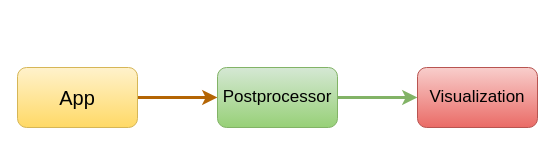
Earlier version of the draw.io diagram diagrams/app-postporcessr-visualiser.drawio (maciekgajewski/tracing-presentation). Source tidied: cells renumbered, new cells numbered last; positions are measured from the earlier drawing's top-left corner, leaving out a move shared by most shapes. Both pictures are drawn from the tidied source at 100%, with x=0, y=0 at pixel (17, 67).
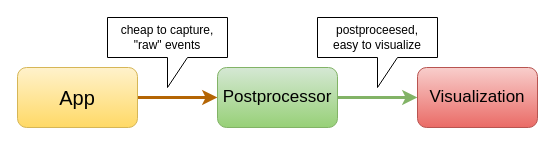
Above is the later version.

The edit, as a diff of the source:
```diff
@@
 <mxGraphModel>
   <root>
     <mxCell id="0" />
     <mxCell id="1" parent="0" />
     <mxCell id="2" style="edgeStyle=orthogonalEdgeStyle;rounded=0;jettySize=auto;html=1;fontSize=20;strokeWidth=3;fillColor=#fad7ac;strokeColor=#b46504;" parent="1" edge="1" source="3" target="5">
       <mxGeometry relative="1" as="geometry" />
     </mxCell>
     <mxCell id="3" value="App" style="rounded=1;whiteSpace=wrap;html=1;gradientColor=#ffd966;fillColor=#fff2cc;strokeColor=#d6b656;fontSize=20;" parent="1" vertex="1">
       <mxGeometry width="120" height="60" as="geometry" />
     </mxCell>
     <mxCell id="4" style="edgeStyle=orthogonalEdgeStyle;rounded=0;jettySize=auto;html=1;fontSize=20;strokeWidth=3;gradientColor=#97d077;fillColor=#d5e8d4;strokeColor=#82b366;" parent="1" edge="1" source="5" target="6">
       <mxGeometry relative="1" as="geometry" />
     </mxCell>
     <mxCell id="5" value="Postprocessor" style="rounded=1;whiteSpace=wrap;html=1;gradientColor=#97d077;fillColor=#d5e8d4;strokeColor=#82b366;fontSize=17;" parent="1" vertex="1">
       <mxGeometry x="200" width="120" height="60" as="geometry" />
     </mxCell>
     <mxCell id="6" value="Visualization" style="rounded=1;whiteSpace=wrap;html=1;fillColor=#f8cecc;strokeColor=#b85450;fontSize=17;gradientColor=#ea6b66;" parent="1" vertex="1">
       <mxGeometry x="400" width="120" height="60" as="geometry" />
     </mxCell>
+    <mxCell id="7" value="cheap to capture, &quot;raw&quot; events" style="shape=callout;whiteSpace=wrap;html=1;perimeter=calloutPerimeter;" parent="1" vertex="1">
+      <mxGeometry x="90" y="-50" width="120" height="70" as="geometry" />
+    </mxCell>
+    <mxCell id="8" value="postproceesed,&lt;br&gt;easy to visualize" style="shape=callout;whiteSpace=wrap;html=1;perimeter=calloutPerimeter;" parent="1" vertex="1">
+      <mxGeometry x="300" y="-50" width="120" height="70" as="geometry" />
+    </mxCell>
   </root>
 </mxGraphModel>
```
